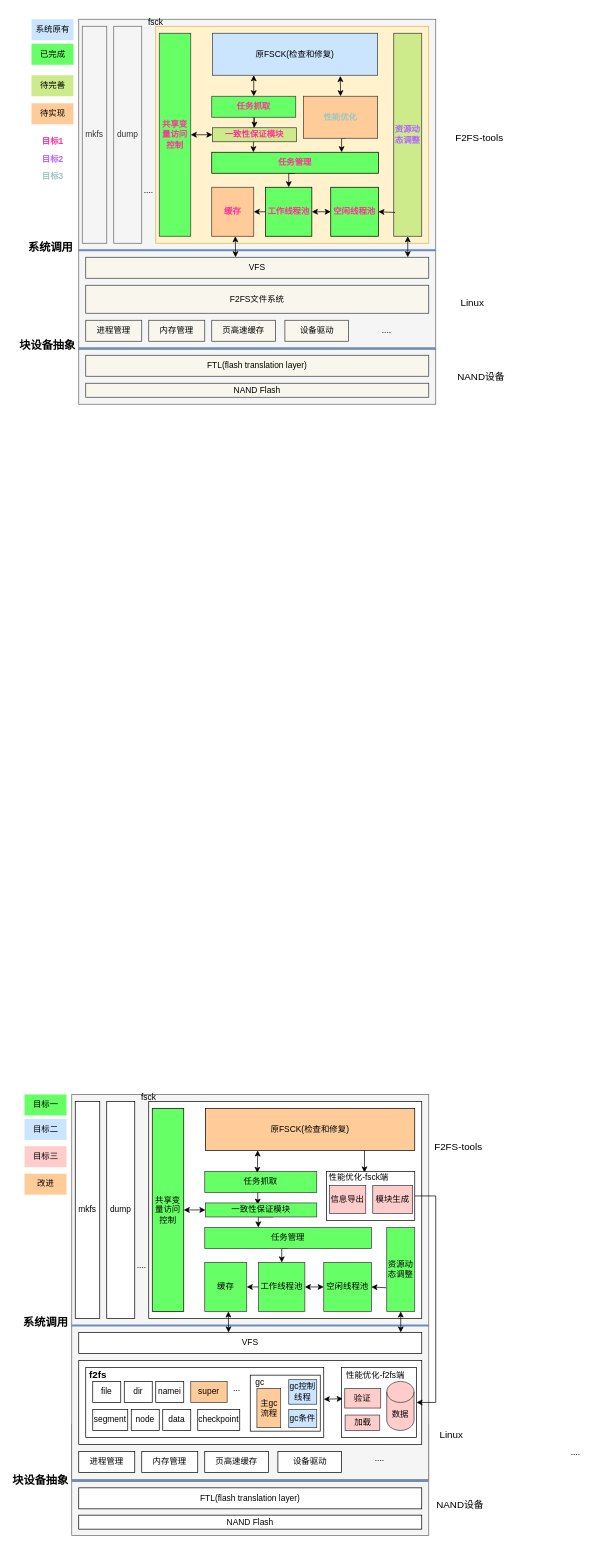
The draw.io diagram f2fs/f2fs架构图.drawio in ksd11/charts, before the edit. Source tidied: cells renumbered, new cells numbered last; positions are measured from the earlier drawing's top-left corner, leaving out a move shared by most shapes. Both pictures are drawn from the tidied source at 70%, with x=0, y=0 at pixel (15, 12).
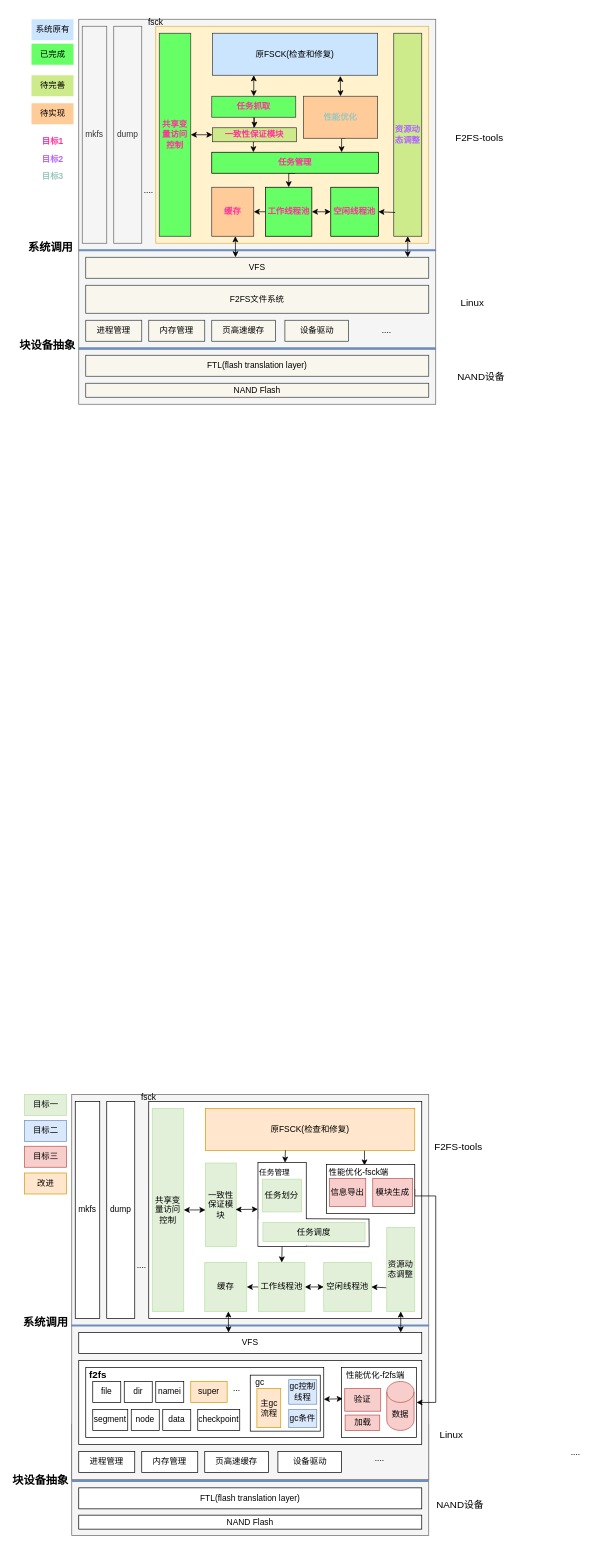
After the change.

Commit message (it also covers changes not shown here):
更新f2fs架构图

The edit, as a diff of the source:
```diff
@@
-    <mxCell id="77" style="edgeStyle=orthogonalEdgeStyle;rounded=0;jettySize=auto;html=1;exitX=0.5;exitY=1;exitDx=0;exitDy=0;entryX=0.5;entryY=0;entryDx=0;entryDy=0;" parent="1" edge="1" source="78" target="81">
-      <mxGeometry relative="1" as="geometry" />
-    </mxCell>
-    <mxCell id="78" value="任务管理" style="rounded=0;whiteSpace=wrap;html=1;fillColor=#66ff66;strokeColor=#36393d;" parent="1" vertex="1">
-      <mxGeometry x="270" y="1736" width="238" height="30" as="geometry" />
-    </mxCell>
@@
-    <mxCell id="81" value="工作线程池" style="rounded=0;whiteSpace=wrap;html=1;fillColor=#66ff66;strokeColor=#36393d;" parent="1" vertex="1">
+    <mxCell id="81" value="工作线程池" style="rounded=0;whiteSpace=wrap;html=1;fillColor=#E2F0D9;strokeColor=#B9E0A5;" parent="1" vertex="1">
       <mxGeometry x="347" y="1786" width="66" height="70" as="geometry" />
     </mxCell>
-    <mxCell id="82" value="资源动态调整" style="rounded=0;whiteSpace=wrap;html=1;fillColor=#66ff66;strokeColor=#36393d;" parent="1" vertex="1">
+    <mxCell id="82" value="资源动态调整" style="rounded=0;whiteSpace=wrap;html=1;fillColor=#E2F0D9;strokeColor=#B9E0A5;" parent="1" vertex="1">
       <mxGeometry x="530" y="1736" width="40" height="120" as="geometry" />
     </mxCell>
-    <mxCell id="83" value="空闲线程池" style="rounded=0;whiteSpace=wrap;html=1;fillColor=#66ff66;strokeColor=#36393d;" parent="1" vertex="1">
+    <mxCell id="83" value="空闲线程池" style="rounded=0;whiteSpace=wrap;html=1;fillColor=#E2F0D9;strokeColor=#B9E0A5;" parent="1" vertex="1">
       <mxGeometry x="440" y="1786" width="68" height="70" as="geometry" />
     </mxCell>
-    <mxCell id="84" value="共享变量访问控制" style="rounded=0;whiteSpace=wrap;html=1;fillColor=#66ff66;strokeColor=default;" parent="1" vertex="1">
+    <mxCell id="84" value="共享变量访问控制" style="rounded=0;whiteSpace=wrap;html=1;fillColor=#E2F0D9;strokeColor=#B9E0A5;" parent="1" vertex="1">
       <mxGeometry x="195" y="1566" width="45" height="290" as="geometry" />
     </mxCell>
@@
-    <mxCell id="86" value="原FSCK(检查和修复)" style="rounded=0;whiteSpace=wrap;html=1;fillColor=#ffcc99;strokeColor=default;" parent="1" vertex="1">
+    <mxCell id="86" value="原FSCK(检查和修复)" style="rounded=0;whiteSpace=wrap;html=1;fillColor=#ffe6cc;strokeColor=#d79b00;" parent="1" vertex="1">
       <mxGeometry x="271" y="1566" width="299" height="60" as="geometry" />
     </mxCell>
-    <mxCell id="87" style="edgeStyle=orthogonalEdgeStyle;rounded=0;jettySize=auto;html=1;exitX=0.5;exitY=1;exitDx=0;exitDy=0;entryX=0.47;entryY=0.124;entryDx=0;entryDy=0;entryPerimeter=0;" parent="1" edge="1" source="88" target="90">
-      <mxGeometry relative="1" as="geometry" />
-    </mxCell>
-    <mxCell id="88" value="任务抓取" style="rounded=0;whiteSpace=wrap;html=1;fillColor=#66ff66;strokeColor=#36393d;" parent="1" vertex="1">
-      <mxGeometry x="270" y="1656" width="160" height="30" as="geometry" />
-    </mxCell>
-    <mxCell id="89" style="edgeStyle=orthogonalEdgeStyle;rounded=0;orthogonalLoop=1;jettySize=auto;html=1;exitX=0.5;exitY=1;exitDx=0;exitDy=0;entryX=0.25;entryY=0;entryDx=0;entryDy=0;" parent="1" edge="1">
-      <mxGeometry relative="1" as="geometry">
-        <mxPoint x="367.5" y="1721" as="sourcePoint" />
-        <mxPoint x="346.5" y="1736" as="targetPoint" />
-      </mxGeometry>
-    </mxCell>
-    <mxCell id="90" value="一致性保证模块" style="rounded=0;whiteSpace=wrap;html=1;fillColor=#66ff66;strokeColor=#36393d;" parent="1" vertex="1">
-      <mxGeometry x="271" y="1701" width="159" height="20" as="geometry" />
+    <mxCell id="90" value="一致性保证模块" style="rounded=0;whiteSpace=wrap;html=1;fillColor=#E2F0D9;strokeColor=#B9E0A5;" parent="1" vertex="1">
+      <mxGeometry x="271" y="1644" width="44" height="119" as="geometry" />
     </mxCell>
@@
     <mxCell id="92" style="rounded=0;whiteSpace=wrap;html=1;" parent="1" vertex="1">
-      <mxGeometry x="444" y="1656" width="126" height="70" as="geometry" />
+      <mxGeometry x="444" y="1646" width="126" height="70" as="geometry" />
     </mxCell>
-    <mxCell id="93" value="缓存" style="rounded=0;whiteSpace=wrap;html=1;fillColor=#66ff66;strokeColor=#36393d;" parent="1" vertex="1">
+    <mxCell id="93" value="缓存" style="rounded=0;whiteSpace=wrap;html=1;fillColor=#E2F0D9;strokeColor=#B9E0A5;" parent="1" vertex="1">
       <mxGeometry x="270" y="1786" width="60" height="70" as="geometry" />
     </mxCell>
-    <mxCell id="94" style="endArrow=classic;startArrow=classic;html=1;rounded=0;exitX=0.469;exitY=0.066;exitDx=0;exitDy=0;entryX=0.25;entryY=1;entryDx=0;entryDy=0;exitPerimeter=0;" parent="1" edge="1" source="88" target="86">
-      <mxGeometry relative="1" as="geometry" />
-    </mxCell>
@@
-    <mxCell id="99" style="endArrow=classic;startArrow=classic;html=1;rounded=0;exitX=1;exitY=0.5;exitDx=0;exitDy=0;" parent="1" edge="1" source="84" target="90">
-      <mxGeometry relative="1" as="geometry" />
-    </mxCell>
@@
-    <mxCell id="102" value="目标一" style="rounded=0;whiteSpace=wrap;html=1;fillColor=#66ff66;labelBorderColor=none;strokeColor=none;" parent="1" vertex="1">
+    <mxCell id="102" value="目标一" style="rounded=0;whiteSpace=wrap;html=1;fillColor=#E2F0D9;labelBorderColor=none;strokeColor=#B9E0A5;" parent="1" vertex="1">
       <mxGeometry x="12.5" y="1546" width="60" height="30" as="geometry" />
     </mxCell>
-    <mxCell id="103" value="目标三" style="rounded=0;whiteSpace=wrap;html=1;fillColor=#ffcccc;labelBorderColor=none;strokeColor=none;" parent="1" vertex="1">
+    <mxCell id="103" value="目标三" style="rounded=0;whiteSpace=wrap;html=1;fillColor=#f8cecc;labelBorderColor=none;strokeColor=#b85450;" parent="1" vertex="1">
       <mxGeometry x="12.5" y="1620" width="60" height="30" as="geometry" />
     </mxCell>
-    <mxCell id="104" value="目标二" style="rounded=0;whiteSpace=wrap;html=1;fillColor=#cce5ff;labelBorderColor=none;strokeColor=none;" parent="1" vertex="1">
-      <mxGeometry x="12.5" y="1581" width="60" height="30" as="geometry" />
+    <mxCell id="104" value="目标二" style="rounded=0;whiteSpace=wrap;html=1;fillColor=#dae8fc;labelBorderColor=none;strokeColor=#6c8ebf;" parent="1" vertex="1">
+      <mxGeometry x="12.5" y="1583" width="60" height="30" as="geometry" />
     </mxCell>
@@
-    <mxCell id="111" value="super" style="rounded=0;whiteSpace=wrap;html=1;fillColor=#ffcc99;strokeColor=#36393d;" parent="1" vertex="1">
+    <mxCell id="111" value="super" style="rounded=0;whiteSpace=wrap;html=1;fillColor=#ffe6cc;strokeColor=#d79b00;" parent="1" vertex="1">
       <mxGeometry x="250" y="1956" width="52" height="30" as="geometry" />
     </mxCell>
@@
-    <mxCell id="119" value="信息导出" style="rounded=0;whiteSpace=wrap;html=1;fillColor=#ffcccc;strokeColor=#36393d;" parent="1" vertex="1">
-      <mxGeometry x="448" y="1676" width="52" height="40" as="geometry" />
+    <mxCell id="119" value="信息导出" style="rounded=0;whiteSpace=wrap;html=1;fillColor=#f8cecc;strokeColor=#b85450;" parent="1" vertex="1">
+      <mxGeometry x="448" y="1666" width="52" height="40" as="geometry" />
     </mxCell>
-    <mxCell id="120" value="模块生成" style="rounded=0;whiteSpace=wrap;html=1;fillColor=#ffcccc;strokeColor=#36393d;" parent="1" vertex="1">
-      <mxGeometry x="510" y="1676" width="57" height="40" as="geometry" />
+    <mxCell id="120" value="模块生成" style="rounded=0;whiteSpace=wrap;html=1;fillColor=#f8cecc;strokeColor=#b85450;" parent="1" vertex="1">
+      <mxGeometry x="510" y="1666" width="57" height="40" as="geometry" />
     </mxCell>
-    <mxCell id="121" value="加载" style="rounded=0;whiteSpace=wrap;html=1;fillColor=#ffcccc;strokeColor=#36393d;" parent="1" vertex="1">
+    <mxCell id="121" value="加载" style="rounded=0;whiteSpace=wrap;html=1;fillColor=#f8cecc;strokeColor=#b85450;" parent="1" vertex="1">
       <mxGeometry x="470.5" y="2004" width="49.5" height="22" as="geometry" />
     </mxCell>
-    <mxCell id="122" value="数据" style="shape=cylinder3;whiteSpace=wrap;html=1;boundedLbl=1;backgroundOutline=1;size=15;fillColor=#ffcccc;strokeColor=#36393d;" parent="1" vertex="1">
+    <mxCell id="122" value="数据" style="shape=cylinder3;whiteSpace=wrap;html=1;boundedLbl=1;backgroundOutline=1;size=15;fillColor=#f8cecc;strokeColor=#b85450;" parent="1" vertex="1">
       <mxGeometry x="530" y="1956" width="39" height="70" as="geometry" />
     </mxCell>
-    <mxCell id="123" value="验证" style="rounded=0;whiteSpace=wrap;html=1;fillColor=#ffcccc;strokeColor=#36393d;" parent="1" vertex="1">
-      <mxGeometry x="470" y="1966" width="51.4" height="28" as="geometry" />
+    <mxCell id="123" value="验证" style="rounded=0;whiteSpace=wrap;html=1;fillColor=#f8cecc;strokeColor=#b85450;" parent="1" vertex="1">
+      <mxGeometry x="470" y="1966" width="51.4" height="32.5" as="geometry" />
     </mxCell>
@@
-    <mxCell id="125" value="gc条件" style="rounded=0;whiteSpace=wrap;html=1;fillColor=#cce5ff;strokeColor=#36393d;" parent="1" vertex="1">
+    <mxCell id="125" value="gc条件" style="rounded=0;whiteSpace=wrap;html=1;fillColor=#dae8fc;strokeColor=#6c8ebf;" parent="1" vertex="1">
       <mxGeometry x="390" y="1996" width="40" height="26" as="geometry" />
     </mxCell>
-    <mxCell id="126" value="gc控制线程" style="rounded=0;whiteSpace=wrap;html=1;fillColor=#cce5ff;strokeColor=#36393d;" parent="1" vertex="1">
+    <mxCell id="126" value="gc控制线程" style="rounded=0;whiteSpace=wrap;html=1;fillColor=#dae8fc;strokeColor=#6c8ebf;" parent="1" vertex="1">
       <mxGeometry x="390" y="1953.5" width="40" height="35" as="geometry" />
     </mxCell>
-    <mxCell id="127" value="主gc流程" style="rounded=0;whiteSpace=wrap;html=1;fillColor=#ffcc99;strokeColor=#36393d;" parent="1" vertex="1">
+    <mxCell id="127" value="主gc流程" style="rounded=0;whiteSpace=wrap;html=1;fillColor=#ffe6cc;strokeColor=#d79b00;" parent="1" vertex="1">
       <mxGeometry x="344.5" y="1966" width="34" height="56" as="geometry" />
     </mxCell>
-    <mxCell id="128" value="改进" style="rounded=0;whiteSpace=wrap;html=1;fillColor=#ffcc99;labelBorderColor=none;strokeColor=none;" parent="1" vertex="1">
-      <mxGeometry x="12.5" y="1659.2" width="60" height="30" as="geometry" />
+    <mxCell id="128" value="改进" style="rounded=0;whiteSpace=wrap;html=1;fillColor=#ffe6cc;labelBorderColor=none;strokeColor=#d79b00;" parent="1" vertex="1">
+      <mxGeometry x="12.5" y="1658.2" width="60" height="30" as="geometry" />
     </mxCell>
     <mxCell id="129" value="性能优化-fsck端" style="text;html=1;strokeColor=none;fillColor=none;align=center;verticalAlign=middle;whiteSpace=wrap;rounded=0;" parent="1" vertex="1">
-      <mxGeometry x="440" y="1650" width="100" height="30" as="geometry" />
+      <mxGeometry x="440" y="1643" width="100" height="30" as="geometry" />
     </mxCell>
@@
+    <mxCell id="132" style="endArrow=classic;startArrow=classic;html=1;rounded=0;exitX=1;exitY=0.5;exitDx=0;exitDy=0;" parent="1" edge="1" source="84">
+      <mxGeometry relative="1" as="geometry">
+        <mxPoint x="271" y="1711" as="targetPoint" />
+      </mxGeometry>
+    </mxCell>
+    <mxCell id="133" style="endArrow=classic;html=1;rounded=0;exitX=0.382;exitY=0.997;exitDx=0;exitDy=0;exitPerimeter=0;entryX=0.439;entryY=0.003;entryDx=0;entryDy=0;entryPerimeter=0;" parent="1" edge="1" source="86">
+      <mxGeometry relative="1" as="geometry">
+        <mxPoint x="384.7" y="1643.4" as="targetPoint" />
+      </mxGeometry>
+    </mxCell>
+    <mxCell id="134" style="endArrow=classic;html=1;rounded=0;entryX=0.5;entryY=0;entryDx=0;entryDy=0;exitX=0.392;exitY=0.984;exitDx=0;exitDy=0;exitPerimeter=0;" parent="1" edge="1" target="81">
+      <mxGeometry relative="1" as="geometry">
+        <mxPoint x="380.5" y="1763" as="sourcePoint" />
+      </mxGeometry>
+    </mxCell>
+    <mxCell id="135" style="endArrow=classic;startArrow=classic;html=1;rounded=0;" parent="1" edge="1">
+      <mxGeometry relative="1" as="geometry">
+        <mxPoint x="314" y="1710.4" as="sourcePoint" />
+        <mxPoint x="346" y="1710" as="targetPoint" />
+      </mxGeometry>
+    </mxCell>
+    <mxCell id="136" style="rounded=0;whiteSpace=wrap;html=1;" parent="1" vertex="1">
+      <mxGeometry x="346" y="1643" width="69" height="120" as="geometry" />
+    </mxCell>
+    <mxCell id="137" style="rounded=0;whiteSpace=wrap;html=1;strokeColor=none;" parent="1" vertex="1">
+      <mxGeometry x="347" y="1724" width="160" height="38" as="geometry" />
+    </mxCell>
+    <mxCell id="138" style="endArrow=none;html=1;rounded=0;exitX=0.436;exitY=-0.013;exitDx=0;exitDy=0;exitPerimeter=0;entryX=1;entryY=0;entryDx=0;entryDy=0;" parent="1" edge="1">
+      <mxGeometry relative="1" as="geometry">
+        <mxPoint x="414.8" y="1723.5" as="sourcePoint" />
+        <mxPoint x="505" y="1724" as="targetPoint" />
+      </mxGeometry>
+    </mxCell>
+    <mxCell id="139" style="endArrow=none;html=1;rounded=0;exitX=0.436;exitY=-0.013;exitDx=0;exitDy=0;exitPerimeter=0;entryX=1;entryY=0;entryDx=0;entryDy=0;" parent="1" edge="1">
+      <mxGeometry relative="1" as="geometry">
+        <mxPoint x="415" y="1763" as="sourcePoint" />
+        <mxPoint x="505.2" y="1763.5" as="targetPoint" />
+      </mxGeometry>
+    </mxCell>
+    <mxCell id="140" style="endArrow=none;html=1;rounded=0;entryX=0.985;entryY=-0.01;entryDx=0;entryDy=0;entryPerimeter=0;" parent="1" edge="1" target="137">
+      <mxGeometry relative="1" as="geometry">
+        <mxPoint x="505" y="1763" as="sourcePoint" />
+      </mxGeometry>
+    </mxCell>
+    <mxCell id="141" value="任务划分" style="rounded=0;whiteSpace=wrap;html=1;fillColor=#E2F0D9;strokeColor=#B9E0A5;" parent="1" vertex="1">
+      <mxGeometry x="352.1" y="1667" width="56" height="46.8" as="geometry" />
+    </mxCell>
+    <mxCell id="142" value="任务调度" style="rounded=0;whiteSpace=wrap;html=1;strokeColor=#B9E0A5;fillColor=#E2F0D9;" parent="1" vertex="1">
+      <mxGeometry x="353.1" y="1729" width="145.9" height="27" as="geometry" />
+    </mxCell>
+    <mxCell id="78" value="&lt;font style=&quot;font-size: 11px;&quot;&gt;任务管理&lt;/font&gt;" style="text;html=1;strokeColor=none;fillColor=none;align=center;verticalAlign=middle;whiteSpace=wrap;rounded=0;" parent="1" vertex="1">
+      <mxGeometry x="340" y="1642" width="60" height="30" as="geometry" />
+    </mxCell>
```
